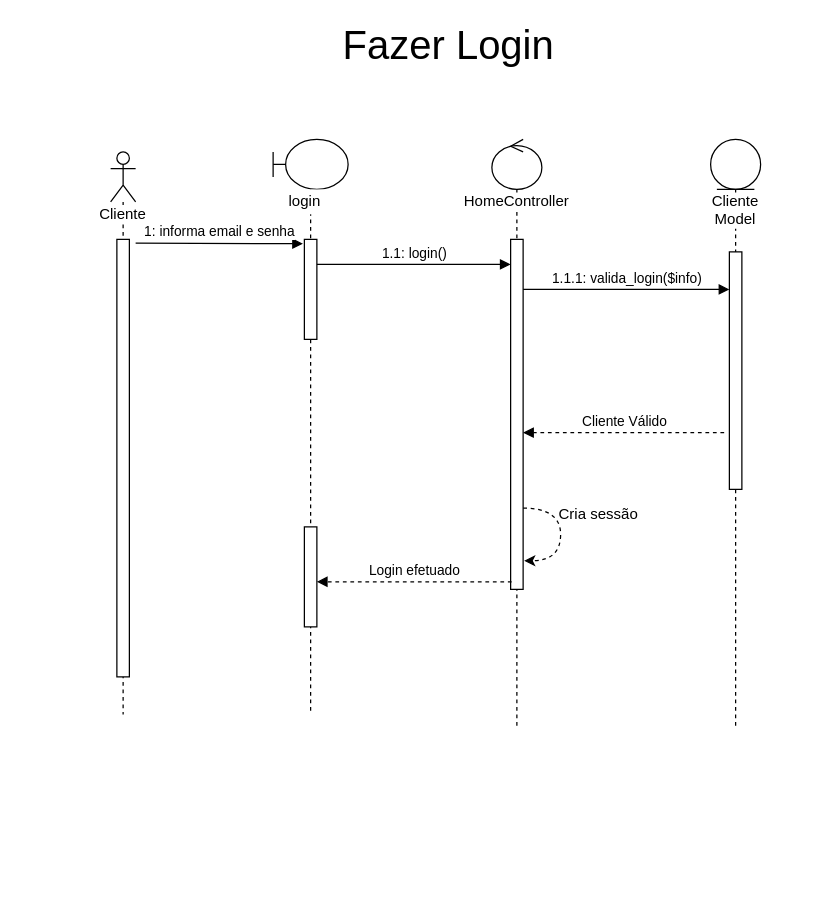
The draw.io diagram page "Fazer login" (1 of 8) of docs/Diagramas/Diagrama-Sequência/Sequencia.drawio in joaopaulo7/GCC188-Projeto-Final, before the edit. Source tidied: cells renumbered, new cells numbered last; positions are measured from the earlier drawing's top-left corner, leaving out a move shared by most shapes. Both pictures are drawn from the tidied source at 125%, with x=0, y=0 at pixel (110, 26).
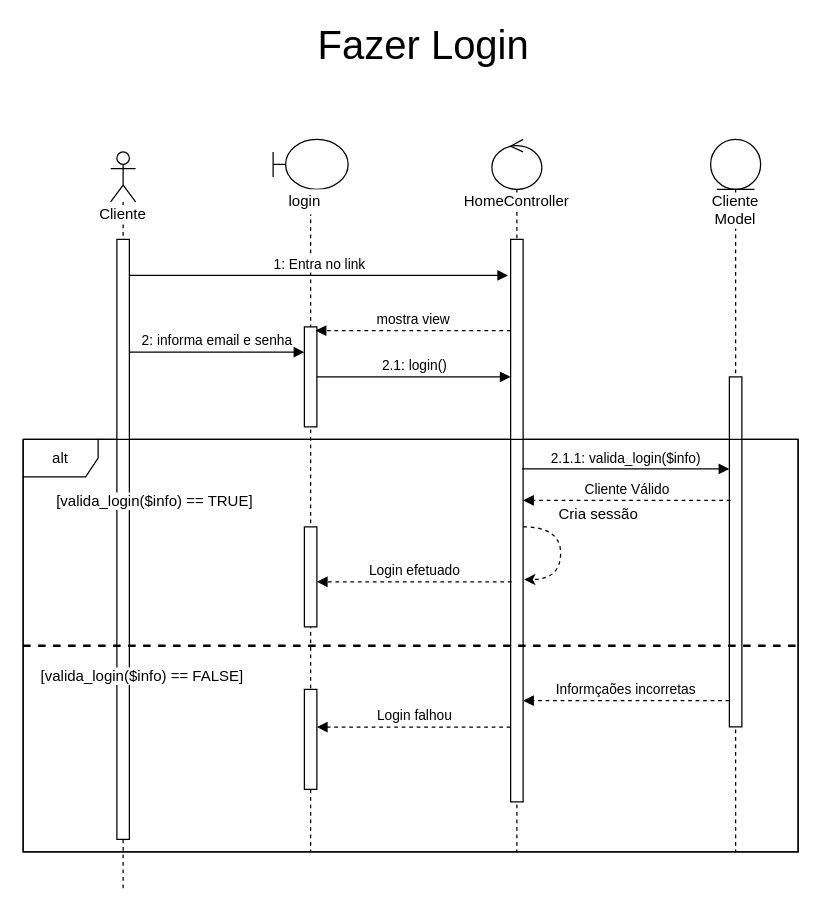
The same diagram, later.

The edit, as a diff of the source:
```diff
@@
+    <mxCell id="20" value="alt" style="shape=umlFrame;whiteSpace=wrap;html=1;labelBackgroundColor=#FFFFFF;" parent="1" vertex="1">
+      <mxGeometry x="-70" y="330" width="620" height="330" as="geometry" />
+    </mxCell>
     <mxCell id="2" value="&lt;span style=&quot;background-color: rgb(255 , 255 , 255)&quot;&gt;Cliente&lt;/span&gt;" style="shape=umlLifeline;participant=umlActor;perimeter=lifelinePerimeter;whiteSpace=wrap;html=1;verticalAlign=top;spacingTop=36;" parent="1" vertex="1">
-      <mxGeometry y="100" width="20" height="450" as="geometry" />
+      <mxGeometry y="100" width="20" height="590" as="geometry" />
     </mxCell>
     <mxCell id="3" style="html=1;points=[];perimeter=orthogonalPerimeter;fillColor=default;" parent="2" vertex="1">
-      <mxGeometry x="5" y="70" width="10" height="350" as="geometry" />
+      <mxGeometry x="5" y="70" width="10" height="480" as="geometry" />
     </mxCell>
     <mxCell id="4" style="shape=umlLifeline;participant=umlBoundary;perimeter=lifelinePerimeter;whiteSpace=wrap;html=1;verticalAlign=top;spacingTop=36;" parent="1" vertex="1">
-      <mxGeometry x="130" y="90" width="60" height="460" as="geometry" />
+      <mxGeometry x="130" y="90" width="60" height="570" as="geometry" />
     </mxCell>
@@
     <mxCell id="6" style="html=1;points=[];perimeter=orthogonalPerimeter;fillColor=default;" parent="4" vertex="1">
-      <mxGeometry x="25" y="80" width="10" height="80" as="geometry" />
+      <mxGeometry x="25" y="150" width="10" height="80" as="geometry" />
     </mxCell>
-    <mxCell id="7" value="1.1: login()" style="html=1;verticalAlign=bottom;endArrow=block;rounded=0;" parent="4" edge="1" target="10">
-      <mxGeometry relative="1" as="geometry">
-        <mxPoint x="35" y="100" as="sourcePoint" />
-      </mxGeometry>
-    </mxCell>
@@
+    <mxCell id="21" style="html=1;points=[];perimeter=orthogonalPerimeter;labelBackgroundColor=#FFFFFF;fillColor=default;" parent="4" vertex="1">
+      <mxGeometry x="25" y="440" width="10" height="80" as="geometry" />
+    </mxCell>
     <mxCell id="9" value="&lt;span style=&quot;background-color: rgb(255 , 255 , 255)&quot;&gt;HomeController&lt;/span&gt;" style="shape=umlLifeline;participant=umlControl;perimeter=lifelinePerimeter;whiteSpace=wrap;html=1;verticalAlign=top;spacingTop=36;fillColor=default;" parent="1" vertex="1">
-      <mxGeometry x="305" y="90" width="40" height="470" as="geometry" />
+      <mxGeometry x="305" y="90" width="40" height="570" as="geometry" />
     </mxCell>
     <mxCell id="10" style="html=1;points=[];perimeter=orthogonalPerimeter;labelBackgroundColor=#FFFFFF;fillColor=default;" parent="9" vertex="1">
-      <mxGeometry x="15" y="80" width="10" height="280" as="geometry" />
+      <mxGeometry x="15" y="80" width="10" height="450" as="geometry" />
     </mxCell>
-    <mxCell id="11" style="edgeStyle=orthogonalEdgeStyle;rounded=0;orthogonalLoop=1;jettySize=auto;html=1;entryX=1.083;entryY=0.824;entryDx=0;entryDy=0;entryPerimeter=0;curved=1;dashed=1;" parent="9" edge="1">
-      <mxGeometry relative="1" as="geometry">
-        <mxPoint x="25" y="295" as="sourcePoint" />
-        <mxPoint x="25.8" y="337.1" as="targetPoint" />
-        <Array as="points">
-          <mxPoint x="55" y="295" />
-          <mxPoint x="55" y="337" />
-        </Array>
-      </mxGeometry>
-    </mxCell>
-    <mxCell id="12" value="1: informa email e senha" style="html=1;verticalAlign=bottom;endArrow=block;rounded=0;entryX=-0.114;entryY=0.043;entryDx=0;entryDy=0;entryPerimeter=0;" parent="1" edge="1" target="6">
-      <mxGeometry relative="1" as="geometry">
-        <mxPoint x="20" y="173" as="sourcePoint" />
-      </mxGeometry>
+    <mxCell id="12" value="2: informa email e senha" style="html=1;verticalAlign=bottom;endArrow=block;rounded=0;exitX=1;exitY=0.188;exitDx=0;exitDy=0;exitPerimeter=0;" parent="1" edge="1" source="3" target="6">
+      <mxGeometry relative="1" as="geometry" />
     </mxCell>
     <mxCell id="13" value="Cliente Model" style="shape=umlLifeline;participant=umlEntity;perimeter=lifelinePerimeter;whiteSpace=wrap;html=1;verticalAlign=top;spacingTop=36;labelBackgroundColor=#FFFFFF;fillColor=default;" parent="1" vertex="1">
-      <mxGeometry x="480" y="90" width="40" height="470" as="geometry" />
+      <mxGeometry x="480" y="90" width="40" height="570" as="geometry" />
     </mxCell>
     <mxCell id="14" style="html=1;points=[];perimeter=orthogonalPerimeter;labelBackgroundColor=#FFFFFF;fillColor=default;" parent="13" vertex="1">
-      <mxGeometry x="15" y="90" width="10" height="190" as="geometry" />
+      <mxGeometry x="15" y="190" width="10" height="280" as="geometry" />
     </mxCell>
-    <mxCell id="15" value="1.1.1: valida_login($info)" style="html=1;verticalAlign=bottom;endArrow=block;rounded=0;" parent="1" edge="1" source="10">
-      <mxGeometry relative="1" as="geometry">
-        <mxPoint x="495" y="210" as="targetPoint" />
-      </mxGeometry>
+    <mxCell id="15" value="2.1.1: valida_login($info)" style="html=1;verticalAlign=bottom;endArrow=block;rounded=0;exitX=0.9;exitY=0.408;exitDx=0;exitDy=0;exitPerimeter=0;" parent="1" edge="1" source="10" target="14">
+      <mxGeometry relative="1" as="geometry" />
     </mxCell>
-    <mxCell id="16" value="Cliente Válido" style="html=1;verticalAlign=bottom;endArrow=block;rounded=0;exitX=-0.417;exitY=0.761;exitDx=0;exitDy=0;exitPerimeter=0;dashed=1;" parent="1" edge="1" source="14">
-      <mxGeometry relative="1" as="geometry">
-        <mxPoint x="330" y="324.6" as="targetPoint" />
-      </mxGeometry>
+    <mxCell id="16" value="Cliente Válido" style="html=1;verticalAlign=bottom;endArrow=block;rounded=0;dashed=1;exitX=0.086;exitY=0.353;exitDx=0;exitDy=0;exitPerimeter=0;" parent="1" edge="1" source="14" target="10">
+      <mxGeometry relative="1" as="geometry" />
     </mxCell>
@@
     <mxCell id="19" value="&lt;font style=&quot;font-size: 32px&quot;&gt;Fazer Login&lt;/font&gt;" style="text;html=1;align=center;verticalAlign=middle;strokeColor=none;fillColor=none;" parent="1" vertex="1">
-      <mxGeometry x="180" width="180" height="30" as="geometry" />
+      <mxGeometry x="160" width="180" height="30" as="geometry" />
     </mxCell>
+    <mxCell id="7" value="2.1: login()" style="html=1;verticalAlign=bottom;endArrow=block;rounded=0;" parent="1" edge="1" source="6" target="10">
+      <mxGeometry relative="1" as="geometry" />
+    </mxCell>
+    <mxCell id="22" value="1: Entra no link" style="html=1;verticalAlign=bottom;endArrow=block;rounded=0;entryX=-0.2;entryY=0.064;entryDx=0;entryDy=0;entryPerimeter=0;" parent="1" edge="1" source="3" target="10">
+      <mxGeometry relative="1" as="geometry" />
+    </mxCell>
+    <mxCell id="23" value="mostra view" style="html=1;verticalAlign=bottom;endArrow=block;rounded=0;dashed=1;entryX=0.9;entryY=0.038;entryDx=0;entryDy=0;entryPerimeter=0;" parent="1" edge="1" source="10" target="6">
+      <mxGeometry relative="1" as="geometry" />
+    </mxCell>
+    <mxCell id="24" style="swimlane;startSize=0;labelBackgroundColor=#FFFFFF;" parent="1" vertex="1">
+      <mxGeometry x="-70" y="330" width="620" height="330" as="geometry" />
+    </mxCell>
+    <mxCell id="25" value="&lt;span style=&quot;background-color: rgb(255 , 255 , 255)&quot;&gt;[valida_login($info) == TRUE]&lt;/span&gt;" style="text;html=1;align=center;verticalAlign=middle;strokeColor=none;fillColor=none;" parent="24" vertex="1">
+      <mxGeometry x="20" y="40" width="170" height="20" as="geometry" />
+    </mxCell>
+    <mxCell id="26" value="&lt;span style=&quot;background-color: rgb(255 , 255 , 255)&quot;&gt;[valida_login($info) == FALSE]&lt;/span&gt;" style="text;html=1;align=center;verticalAlign=middle;strokeColor=none;fillColor=none;" parent="24" vertex="1">
+      <mxGeometry x="5" y="180" width="180" height="20" as="geometry" />
+    </mxCell>
+    <mxCell id="27" value="Informçaões incorretas" style="html=1;verticalAlign=bottom;endArrow=block;rounded=0;dashed=1;" parent="24" edge="1" source="14">
+      <mxGeometry relative="1" as="geometry">
+        <mxPoint x="400" y="209" as="targetPoint" />
+      </mxGeometry>
+    </mxCell>
+    <mxCell id="28" style="endArrow=none;dashed=1;html=1;rounded=0;strokeWidth=2;exitX=0;exitY=0.5;exitDx=0;exitDy=0;entryX=1;entryY=0.5;entryDx=0;entryDy=0;" parent="1" edge="1" source="24" target="24">
+      <mxGeometry relative="1" as="geometry" />
+    </mxCell>
+    <mxCell id="11" style="edgeStyle=orthogonalEdgeStyle;rounded=0;orthogonalLoop=1;jettySize=auto;html=1;entryX=1.083;entryY=0.824;entryDx=0;entryDy=0;entryPerimeter=0;curved=1;dashed=1;" parent="1" edge="1">
+      <mxGeometry relative="1" as="geometry">
+        <mxPoint x="330" y="400" as="sourcePoint" />
+        <mxPoint x="330.8" y="442.1" as="targetPoint" />
+        <Array as="points">
+          <mxPoint x="360" y="400" />
+          <mxPoint x="360" y="442" />
+        </Array>
+      </mxGeometry>
+    </mxCell>
+    <mxCell id="29" value="Login falhou" style="html=1;verticalAlign=bottom;endArrow=block;rounded=0;dashed=1;exitX=-0.014;exitY=0.867;exitDx=0;exitDy=0;exitPerimeter=0;" parent="1" edge="1" source="10" target="21">
+      <mxGeometry relative="1" as="geometry" />
+    </mxCell>
```
